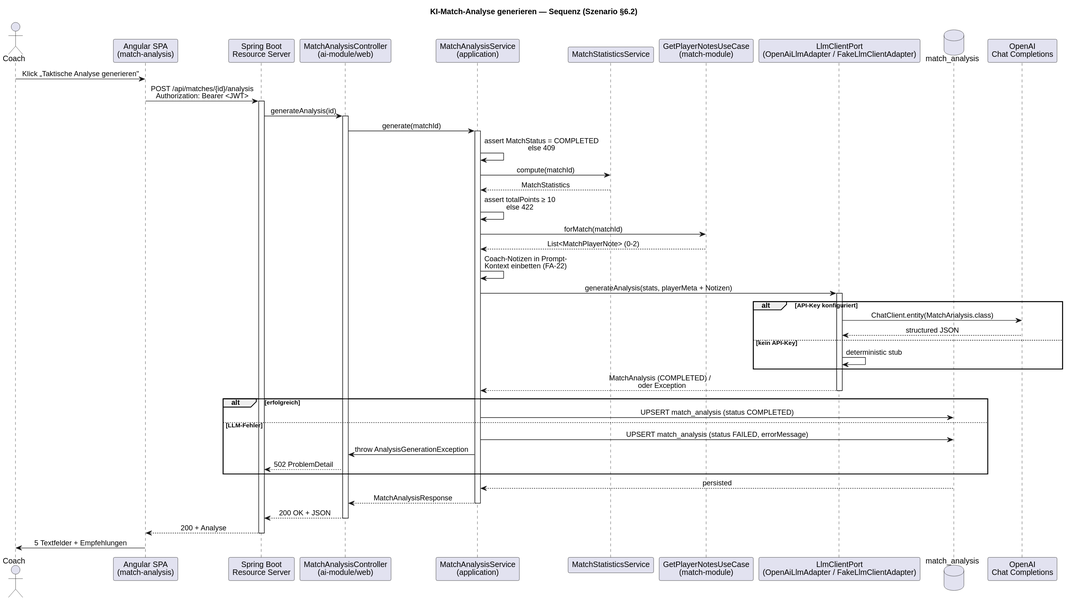
The PlantUML diagram doc/sad/diagrams/TSaS_Seq_GenerateAnalysis.svg in cbo1970/tsas, before a commit. Source of this version:
```plantuml
@startuml
title KI-Match-Analyse generieren — Sequenz (Szenario §6.2)

skinparam sequenceMessageAlign center
skinparam shadowing false
skinparam defaultFontName Helvetica

actor Coach
participant "Angular SPA\n(match-analysis)" as FE
participant "Spring Boot\nResource Server" as API
participant "MatchAnalysisController\n(ai-module/web)" as Ctrl
participant "MatchAnalysisService\n(application)" as Svc
participant "MatchStatisticsService" as Stats
participant "GetPlayerNotesUseCase\n(match-module)" as Notes
participant "LlmClientPort\n(OpenAiLlmAdapter / FakeLlmClientAdapter)" as Llm
database "match_analysis" as DB
participant "OpenAI\nChat Completions" as OpenAI

Coach -> FE : Klick „Taktische Analyse generieren"
FE -> API : POST /api/matches/{id}/analysis\nAuthorization: Bearer <JWT>
activate API
API -> Ctrl : generateAnalysis(id)
activate Ctrl
Ctrl -> Svc : generate(matchId)
activate Svc
Svc -> Svc : assert MatchStatus = COMPLETED\nelse 409
Svc -> Stats : compute(matchId)
Stats --> Svc : MatchStatistics
Svc -> Svc : assert totalPoints ≥ 10\nelse 422
Svc -> Notes : forMatch(matchId)
Notes --> Svc : List<MatchPlayerNote> (0-2)
Svc -> Svc : Coach-Notizen in Prompt-\nKontext einbetten (FA-22)
Svc -> Llm : generateAnalysis(stats, playerMeta + Notizen)
activate Llm
alt API-Key konfiguriert
  Llm -> OpenAI : ChatClient.entity(MatchAnalysis.class)
  OpenAI --> Llm : structured JSON
else kein API-Key
  Llm -> Llm : deterministic stub
end
Llm --> Svc : MatchAnalysis (COMPLETED) /\n  oder Exception
deactivate Llm
alt erfolgreich
  Svc -> DB : UPSERT match_analysis (status COMPLETED)
else LLM-Fehler
  Svc -> DB : UPSERT match_analysis (status FAILED, errorMessage)
  Svc -> Ctrl : throw AnalysisGenerationException
  Ctrl --> API : 502 ProblemDetail
end
DB --> Svc : persisted
Svc --> Ctrl : MatchAnalysisResponse
deactivate Svc
Ctrl --> API : 200 OK + JSON
deactivate Ctrl
API --> FE : 200 + Analyse
deactivate API
FE -> Coach : 5 Textfelder + Empfehlungen
@enduml
```
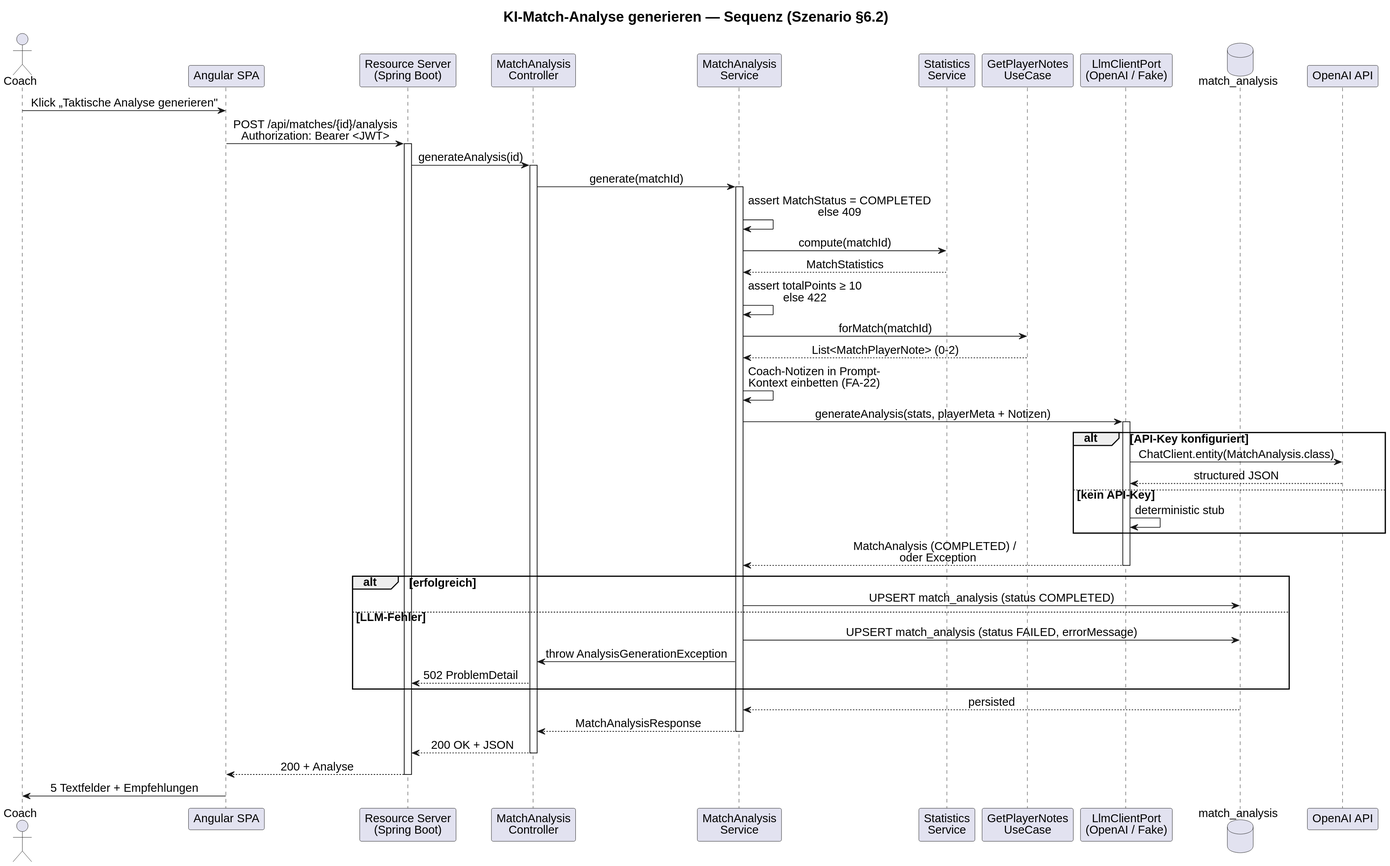
The same file after the commit.

Diff of the diagram source:
```diff
@@ -1,20 +1,23 @@
 @startuml
 title KI-Match-Analyse generieren — Sequenz (Szenario §6.2)
 
+scale 1.3
 skinparam sequenceMessageAlign center
 skinparam shadowing false
 skinparam defaultFontName Helvetica
+skinparam defaultFontSize 16
+skinparam titleFontSize 20
 
 actor Coach
-participant "Angular SPA\n(match-analysis)" as FE
-participant "Spring Boot\nResource Server" as API
-participant "MatchAnalysisController\n(ai-module/web)" as Ctrl
-participant "MatchAnalysisService\n(application)" as Svc
-participant "MatchStatisticsService" as Stats
-participant "GetPlayerNotesUseCase\n(match-module)" as Notes
-participant "LlmClientPort\n(OpenAiLlmAdapter / FakeLlmClientAdapter)" as Llm
+participant "Angular SPA" as FE
+participant "Resource Server\n(Spring Boot)" as API
+participant "MatchAnalysis\nController" as Ctrl
+participant "MatchAnalysis\nService" as Svc
+participant "Statistics\nService" as Stats
+participant "GetPlayerNotes\nUseCase" as Notes
+participant "LlmClientPort\n(OpenAI / Fake)" as Llm
 database "match_analysis" as DB
-participant "OpenAI\nChat Completions" as OpenAI
+participant "OpenAI API" as OpenAI
 
 Coach -> FE : Klick „Taktische Analyse generieren"
 FE -> API : POST /api/matches/{id}/analysis\nAuthorization: Bearer <JWT>
```
